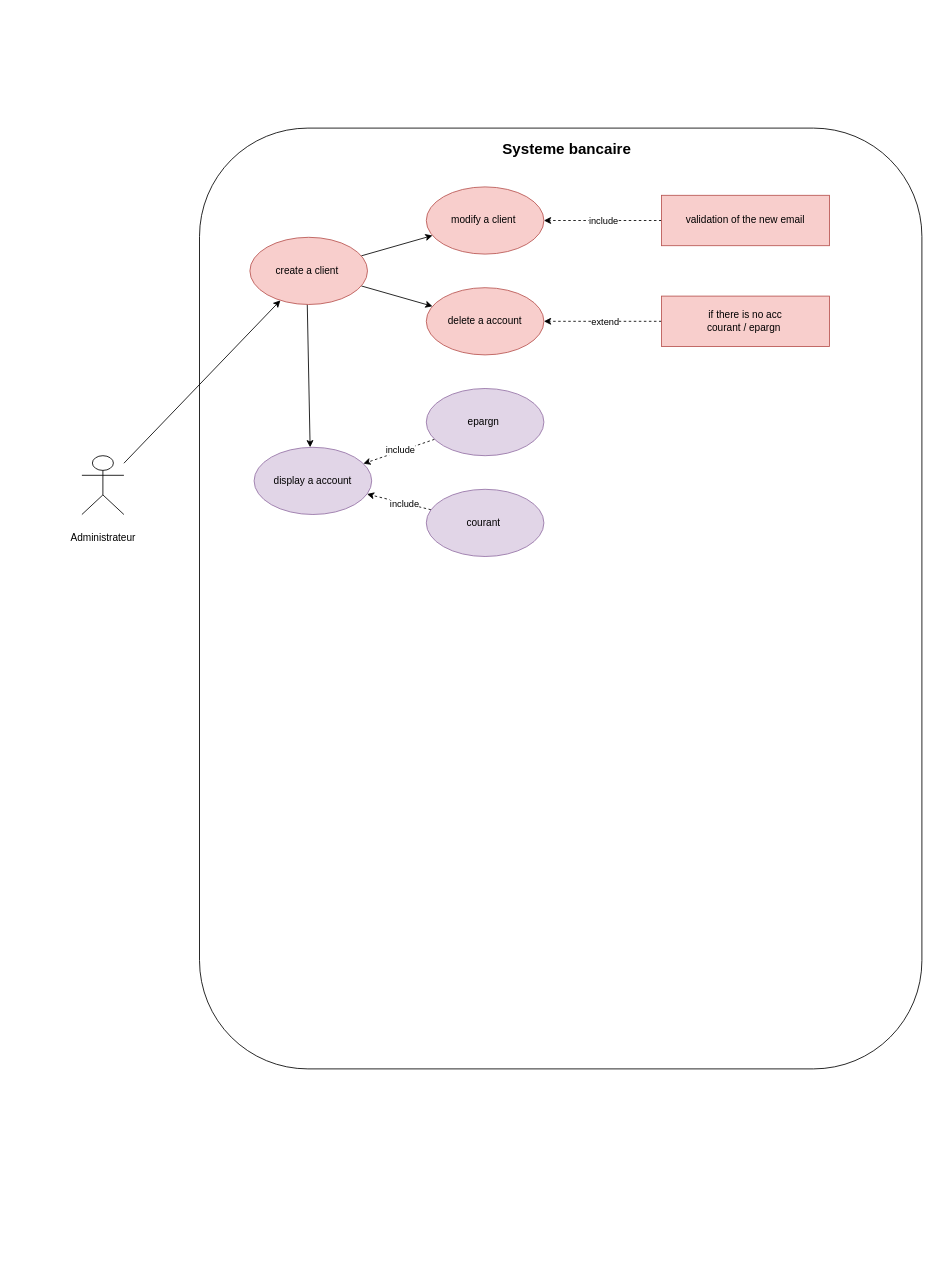
Earlier version of the draw.io diagram diagramme/userCase.drawio (Mehdi-133/Application-Bancaire). Source tidied: cells renumbered, new cells numbered last; positions are measured from the earlier drawing's top-left corner, leaving out a move shared by most shapes. Both pictures are drawn from the tidied source at 84%, with x=0, y=0 at pixel (81, 128).
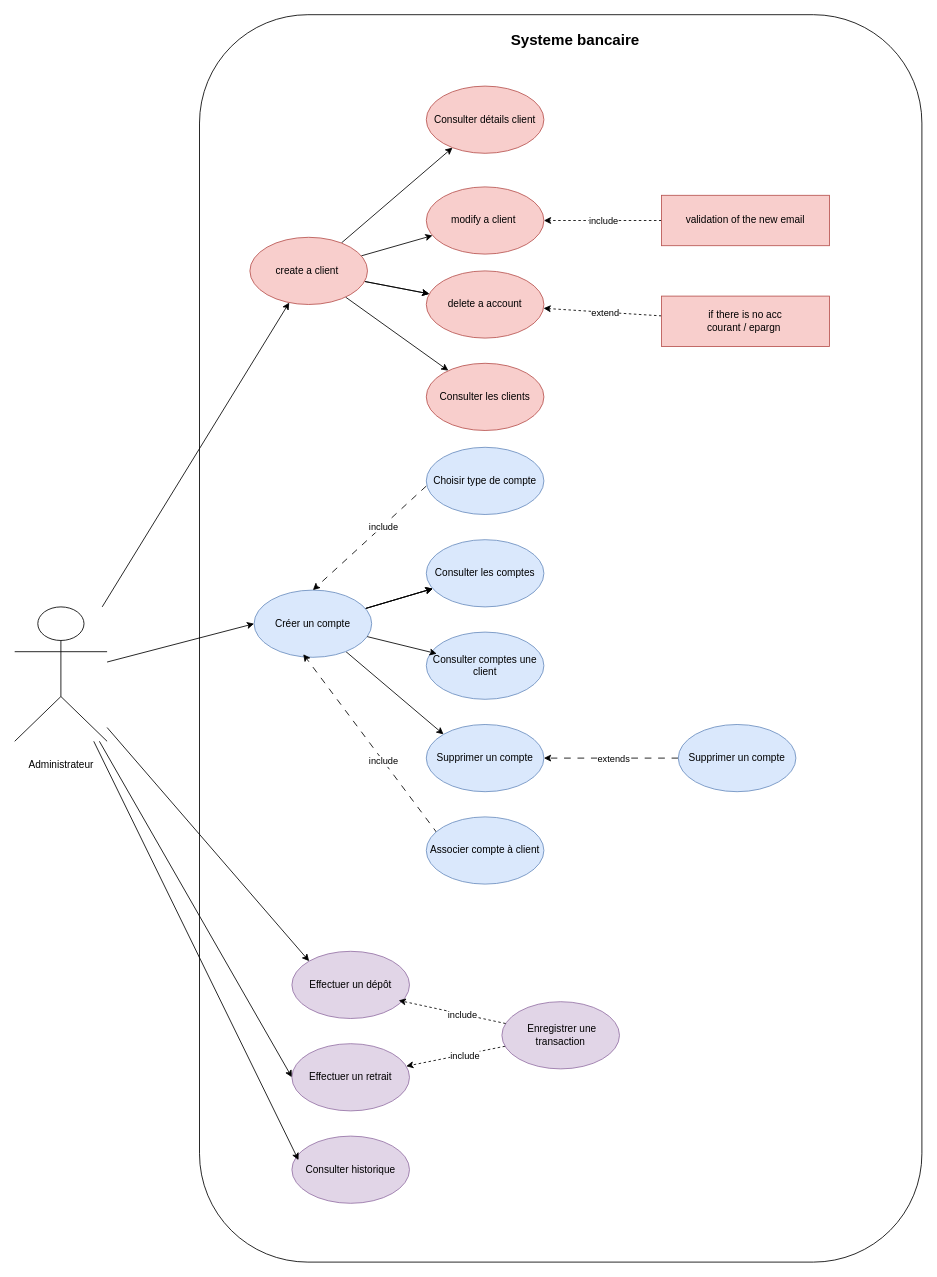
The same page after the edit.

Commit message:
BAN-18 cas d'utilisation

The change refers to these unchanged cells:
```xml
<mxCell id="9" value="create a client&amp;nbsp;" style="ellipse;whiteSpace=wrap;html=1;fillColor=#f8cecc;strokeColor=#b85450;" parent="1" vertex="1">
  <mxGeometry x="200" y="130" width="140" height="80" as="geometry" />
</mxCell>
```

Diff of the diagram source:
```diff
@@
     <mxCell id="2" style="rounded=1;whiteSpace=wrap;html=1;" parent="1" vertex="1">
-      <mxGeometry x="140" width="860" height="1120" as="geometry" />
+      <mxGeometry x="140" y="-135" width="860" height="1485" as="geometry" />
     </mxCell>
     <mxCell id="3" value="&lt;font style=&quot;font-size: 18px;&quot;&gt;&lt;b&gt;Systeme bancaire&amp;nbsp;&lt;/b&gt;&lt;/font&gt;" style="text;html=1;align=center;verticalAlign=middle;whiteSpace=wrap;rounded=0;" parent="1" vertex="1">
-      <mxGeometry x="490" y="10" width="180" height="30" as="geometry" />
+      <mxGeometry x="500" y="-120" width="180" height="30" as="geometry" />
     </mxCell>
@@
+    <mxCell id="25" style="edgeStyle=none;html=1;entryX=0;entryY=0.5;entryDx=0;entryDy=0;" parent="1" edge="1" source="5" target="37">
+      <mxGeometry relative="1" as="geometry" />
+    </mxCell>
+    <mxCell id="26" style="edgeStyle=none;html=1;entryX=0;entryY=0.5;entryDx=0;entryDy=0;" parent="1" edge="1" source="5" target="52">
+      <mxGeometry relative="1" as="geometry" />
+    </mxCell>
+    <mxCell id="27" style="edgeStyle=none;html=1;entryX=0;entryY=0;entryDx=0;entryDy=0;" parent="1" edge="1" source="5" target="51">
+      <mxGeometry relative="1" as="geometry" />
+    </mxCell>
     <mxCell id="5" value="&lt;br&gt;&lt;div&gt;Administrateur&lt;/div&gt;" style="shape=umlActor;verticalLabelPosition=bottom;verticalAlign=top;html=1;outlineConnect=0;" parent="1" vertex="1">
-      <mxGeometry y="390" width="50" height="70" as="geometry" />
+      <mxGeometry x="-80" y="570" width="110" height="160" as="geometry" />
     </mxCell>
@@
-    <mxCell id="8" style="edgeStyle=none;html=1;" parent="1" edge="1">
-      <mxGeometry relative="1" as="geometry">
-        <mxPoint x="268.3" y="210" as="sourcePoint" />
-        <mxPoint x="271.7" y="380" as="targetPoint" />
-      </mxGeometry>
-    </mxCell>
+    <mxCell id="28" style="edgeStyle=none;html=1;" parent="1" edge="1" source="9" target="31">
+      <mxGeometry relative="1" as="geometry" />
+    </mxCell>
+    <mxCell id="29" style="edgeStyle=none;html=1;" parent="1" edge="1" source="9" target="12">
+      <mxGeometry relative="1" as="geometry" />
+    </mxCell>
+    <mxCell id="30" style="edgeStyle=none;html=1;" parent="1" edge="1" source="9" target="32">
+      <mxGeometry relative="1" as="geometry" />
+    </mxCell>
@@
-    <mxCell id="10" value="display a account" style="ellipse;whiteSpace=wrap;html=1;fillColor=#e1d5e7;strokeColor=#9673a6;" parent="1" vertex="1">
-      <mxGeometry x="205" y="380" width="140" height="80" as="geometry" />
-    </mxCell>
@@
     <mxCell id="12" value="delete a account" style="ellipse;whiteSpace=wrap;html=1;fillColor=#f8cecc;strokeColor=#b85450;" parent="1" vertex="1">
-      <mxGeometry x="410" y="190" width="140" height="80" as="geometry" />
+      <mxGeometry x="410" y="170" width="140" height="80" as="geometry" />
     </mxCell>
@@
-    <mxCell id="19" style="edgeStyle=none;html=1;dashed=1;" parent="1" edge="1" source="21" target="10">
-      <mxGeometry relative="1" as="geometry" />
-    </mxCell>
-    <mxCell id="20" value="include" style="edgeLabel;html=1;align=center;verticalAlign=middle;" parent="19" vertex="1">
-      <mxGeometry x="-0.03" y="-2" relative="1" as="geometry" />
-    </mxCell>
-    <mxCell id="21" value="epargn&amp;nbsp;" style="ellipse;whiteSpace=wrap;html=1;fillColor=#e1d5e7;strokeColor=#9673a6;" parent="1" vertex="1">
-      <mxGeometry x="410" y="310" width="140" height="80" as="geometry" />
-    </mxCell>
-    <mxCell id="22" style="edgeStyle=none;html=1;dashed=1;" parent="1" edge="1" source="24" target="10">
-      <mxGeometry relative="1" as="geometry" />
-    </mxCell>
-    <mxCell id="23" value="include" style="edgeLabel;html=1;align=center;verticalAlign=middle;" parent="22" vertex="1">
-      <mxGeometry x="-0.15" y="1" relative="1" as="geometry" />
-    </mxCell>
-    <mxCell id="24" value="courant&amp;nbsp;" style="ellipse;whiteSpace=wrap;html=1;fillColor=#e1d5e7;strokeColor=#9673a6;" parent="1" vertex="1">
-      <mxGeometry x="410" y="430" width="140" height="80" as="geometry" />
-    </mxCell>
+    <mxCell id="31" value="Consulter les clients" style="ellipse;whiteSpace=wrap;html=1;fillColor=#f8cecc;strokeColor=#b85450;" parent="1" vertex="1">
+      <mxGeometry x="410" y="280" width="140" height="80" as="geometry" />
+    </mxCell>
+    <mxCell id="32" value="Consulter détails client" style="ellipse;whiteSpace=wrap;html=1;fillColor=#f8cecc;strokeColor=#b85450;" parent="1" vertex="1">
+      <mxGeometry x="410" y="-50" width="140" height="80" as="geometry" />
+    </mxCell>
+    <mxCell id="33" style="edgeStyle=none;html=1;" parent="1" edge="1" source="37" target="44">
+      <mxGeometry relative="1" as="geometry" />
+    </mxCell>
+    <mxCell id="34" style="edgeStyle=none;html=1;" parent="1" edge="1" source="37" target="44">
+      <mxGeometry relative="1" as="geometry" />
+    </mxCell>
+    <mxCell id="35" style="edgeStyle=none;html=1;" parent="1" edge="1" source="37" target="44">
+      <mxGeometry relative="1" as="geometry" />
+    </mxCell>
+    <mxCell id="36" style="edgeStyle=none;html=1;entryX=0;entryY=0;entryDx=0;entryDy=0;" parent="1" edge="1" source="37" target="47">
+      <mxGeometry relative="1" as="geometry" />
+    </mxCell>
+    <mxCell id="37" value="Créer un compte" style="ellipse;whiteSpace=wrap;html=1;fillColor=#dae8fc;strokeColor=#6c8ebf;" parent="1" vertex="1">
+      <mxGeometry x="205" y="550" width="140" height="80" as="geometry" />
+    </mxCell>
+    <mxCell id="38" style="edgeStyle=none;html=1;entryX=0.5;entryY=0;entryDx=0;entryDy=0;dashed=1;dashPattern=8 8;" parent="1" edge="1" target="37">
+      <mxGeometry relative="1" as="geometry">
+        <mxPoint x="410" y="426.1" as="sourcePoint" />
+      </mxGeometry>
+    </mxCell>
+    <mxCell id="39" value="include" style="edgeLabel;html=1;align=center;verticalAlign=middle;" parent="38" vertex="1">
+      <mxGeometry x="-0.22" y="1" relative="1" as="geometry" />
+    </mxCell>
+    <mxCell id="40" value="Choisir type de compte" style="ellipse;whiteSpace=wrap;html=1;fillColor=#dae8fc;strokeColor=#6c8ebf;" parent="1" vertex="1">
+      <mxGeometry x="410" y="380" width="140" height="80" as="geometry" />
+    </mxCell>
+    <mxCell id="41" style="edgeStyle=none;html=1;entryX=0.418;entryY=0.954;entryDx=0;entryDy=0;dashed=1;dashPattern=8 8;entryPerimeter=0;" parent="1" edge="1" target="37">
+      <mxGeometry relative="1" as="geometry">
+        <mxPoint x="433.2" y="853" as="sourcePoint" />
+      </mxGeometry>
+    </mxCell>
+    <mxCell id="42" value="include" style="edgeLabel;html=1;align=center;verticalAlign=middle;" parent="41" vertex="1">
+      <mxGeometry x="-0.12" y="1" relative="1" as="geometry">
+        <mxPoint x="1" as="offset" />
+      </mxGeometry>
+    </mxCell>
+    <mxCell id="43" value="Associer compte à client" style="ellipse;whiteSpace=wrap;html=1;fillColor=#dae8fc;strokeColor=#6c8ebf;" parent="1" vertex="1">
+      <mxGeometry x="410" y="820" width="140" height="80" as="geometry" />
+    </mxCell>
+    <mxCell id="44" value="Consulter les comptes" style="ellipse;whiteSpace=wrap;html=1;fillColor=#dae8fc;strokeColor=#6c8ebf;" parent="1" vertex="1">
+      <mxGeometry x="410" y="490" width="140" height="80" as="geometry" />
+    </mxCell>
+    <mxCell id="45" value="Consulter comptes une client" style="ellipse;whiteSpace=wrap;html=1;fillColor=#dae8fc;strokeColor=#6c8ebf;" parent="1" vertex="1">
+      <mxGeometry x="410" y="600" width="140" height="80" as="geometry" />
+    </mxCell>
+    <mxCell id="46" style="edgeStyle=none;html=1;entryX=0.089;entryY=0.321;entryDx=0;entryDy=0;entryPerimeter=0;" parent="1" edge="1" source="37" target="45">
+      <mxGeometry relative="1" as="geometry" />
+    </mxCell>
+    <mxCell id="47" value="Supprimer un compte" style="ellipse;whiteSpace=wrap;html=1;fillColor=#dae8fc;strokeColor=#6c8ebf;" parent="1" vertex="1">
+      <mxGeometry x="410" y="710" width="140" height="80" as="geometry" />
+    </mxCell>
+    <mxCell id="48" style="edgeStyle=none;html=1;entryX=1;entryY=0.5;entryDx=0;entryDy=0;dashed=1;dashPattern=8 8;" parent="1" edge="1" source="50" target="47">
+      <mxGeometry relative="1" as="geometry" />
+    </mxCell>
+    <mxCell id="49" value="extends" style="edgeLabel;html=1;align=center;verticalAlign=middle;" parent="48" vertex="1">
+      <mxGeometry x="-0.02" y="-3" relative="1" as="geometry">
+        <mxPoint y="3" as="offset" />
+      </mxGeometry>
+    </mxCell>
+    <mxCell id="50" value="Supprimer un compte" style="ellipse;whiteSpace=wrap;html=1;fillColor=#dae8fc;strokeColor=#6c8ebf;" parent="1" vertex="1">
+      <mxGeometry x="710" y="710" width="140" height="80" as="geometry" />
+    </mxCell>
+    <mxCell id="51" value="Effectuer un dépôt" style="ellipse;whiteSpace=wrap;html=1;fillColor=#e1d5e7;strokeColor=#9673a6;" parent="1" vertex="1">
+      <mxGeometry x="250" y="980" width="140" height="80" as="geometry" />
+    </mxCell>
+    <mxCell id="52" value="Effectuer un retrait" style="ellipse;whiteSpace=wrap;html=1;fillColor=#e1d5e7;strokeColor=#9673a6;" parent="1" vertex="1">
+      <mxGeometry x="250" y="1090" width="140" height="80" as="geometry" />
+    </mxCell>
+    <mxCell id="53" value="Consulter historique" style="ellipse;whiteSpace=wrap;html=1;fillColor=#e1d5e7;strokeColor=#9673a6;" parent="1" vertex="1">
+      <mxGeometry x="250" y="1200" width="140" height="80" as="geometry" />
+    </mxCell>
+    <mxCell id="54" style="edgeStyle=none;html=1;entryX=0.056;entryY=0.357;entryDx=0;entryDy=0;entryPerimeter=0;" parent="1" edge="1" source="5" target="53">
+      <mxGeometry relative="1" as="geometry" />
+    </mxCell>
+    <mxCell id="55" style="edgeStyle=none;html=1;dashed=1;" parent="1" edge="1" source="57" target="52">
+      <mxGeometry relative="1" as="geometry" />
+    </mxCell>
+    <mxCell id="56" value="include" style="edgeLabel;html=1;align=center;verticalAlign=middle;" parent="55" vertex="1">
+      <mxGeometry x="-0.16" y="2" relative="1" as="geometry" />
+    </mxCell>
+    <mxCell id="57" value="&amp;nbsp;Enregistrer une transaction" style="ellipse;whiteSpace=wrap;html=1;fillColor=#e1d5e7;strokeColor=#9673a6;" parent="1" vertex="1">
+      <mxGeometry x="500" y="1040" width="140" height="80" as="geometry" />
+    </mxCell>
+    <mxCell id="58" style="edgeStyle=none;html=1;entryX=0.908;entryY=0.731;entryDx=0;entryDy=0;entryPerimeter=0;dashed=1;" parent="1" edge="1" source="57" target="51">
+      <mxGeometry relative="1" as="geometry" />
+    </mxCell>
+    <mxCell id="59" value="include" style="edgeLabel;html=1;align=center;verticalAlign=middle;" parent="58" vertex="1">
+      <mxGeometry x="-0.18" y="1" relative="1" as="geometry" />
+    </mxCell>
```
